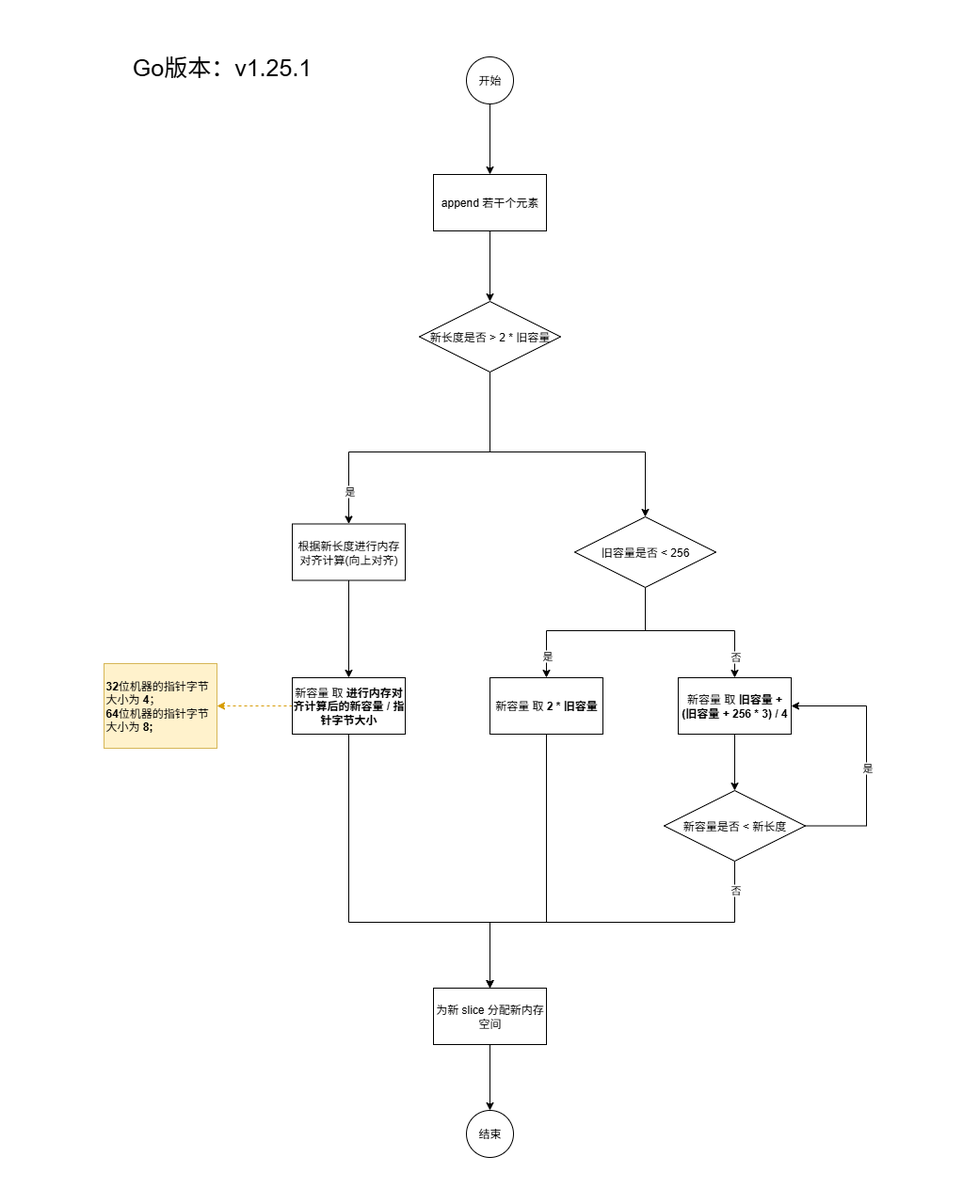
Before: assets/img/2025-9-26-Go-learning.assets/Go slice扩容流程.png, a diagram exported from draw.io (Zpekii/zpekii.github.io). Source tidied: cells renumbered, new cells last; positions are measured from the earlier drawing's top-left corner, leaving out a move shared by most shapes.
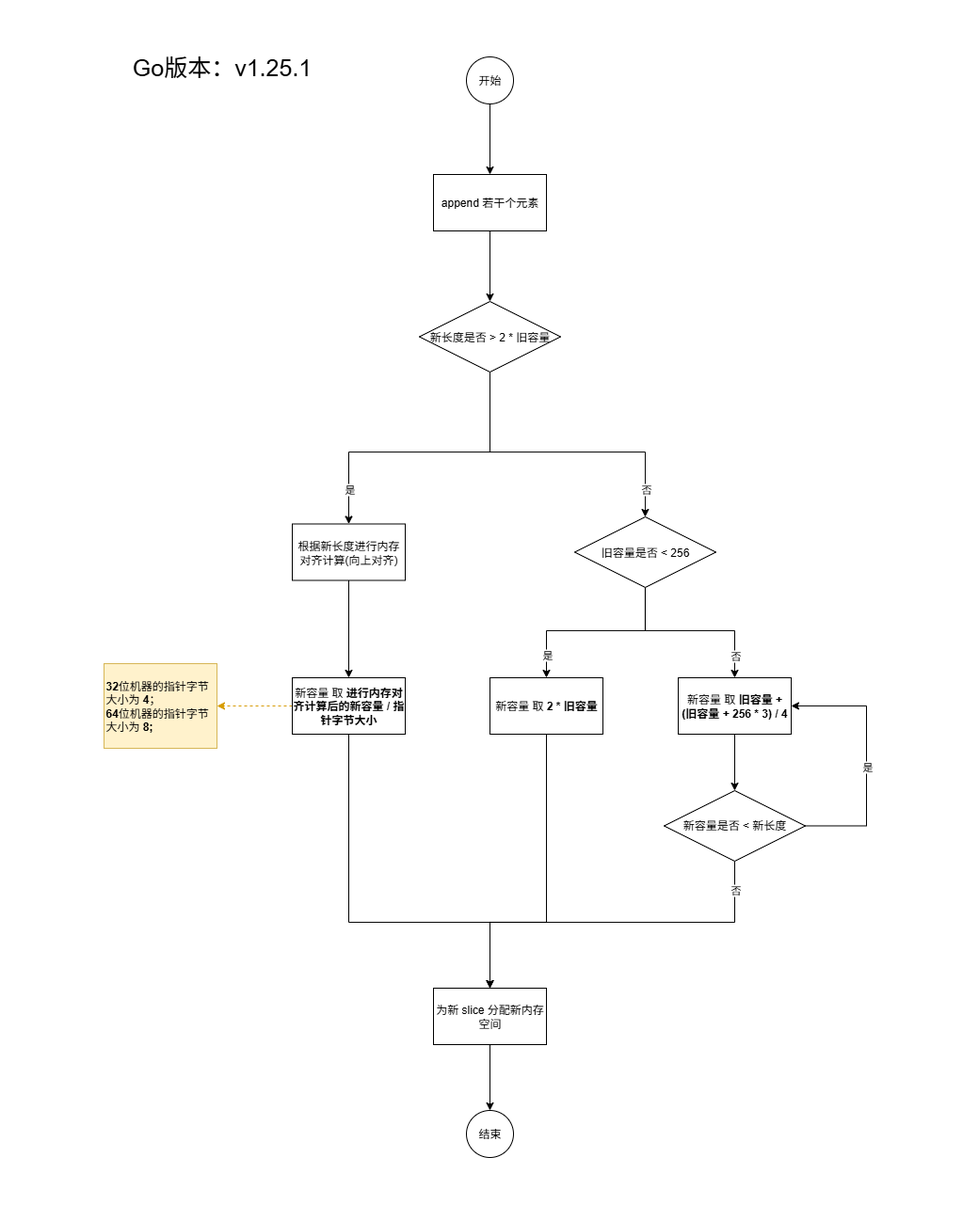
Later version of the same file.

Commit message:
docs: 补充流程图上的否条件,及推送过往编写的文档

Diff of the diagram source:
```diff
@@ -38,6 +38,11 @@
         </Array>
       </mxGeometry>
     </mxCell>
+    <mxCell id="35" value="否" style="edgeLabel;html=1;align=center;verticalAlign=middle;" parent="9" vertex="1">
+      <mxGeometry x="0.82" y="1" relative="1" as="geometry">
+        <mxPoint x="-1" as="offset" />
+      </mxGeometry>
+    </mxCell>
     <mxCell id="10" value="新长度是否 &amp;gt; 2 * 旧容量" style="rhombus;whiteSpace=wrap;html=1;" parent="1" vertex="1">
       <mxGeometry x="445" y="320" width="150" height="75" as="geometry" />
     </mxCell>
```
